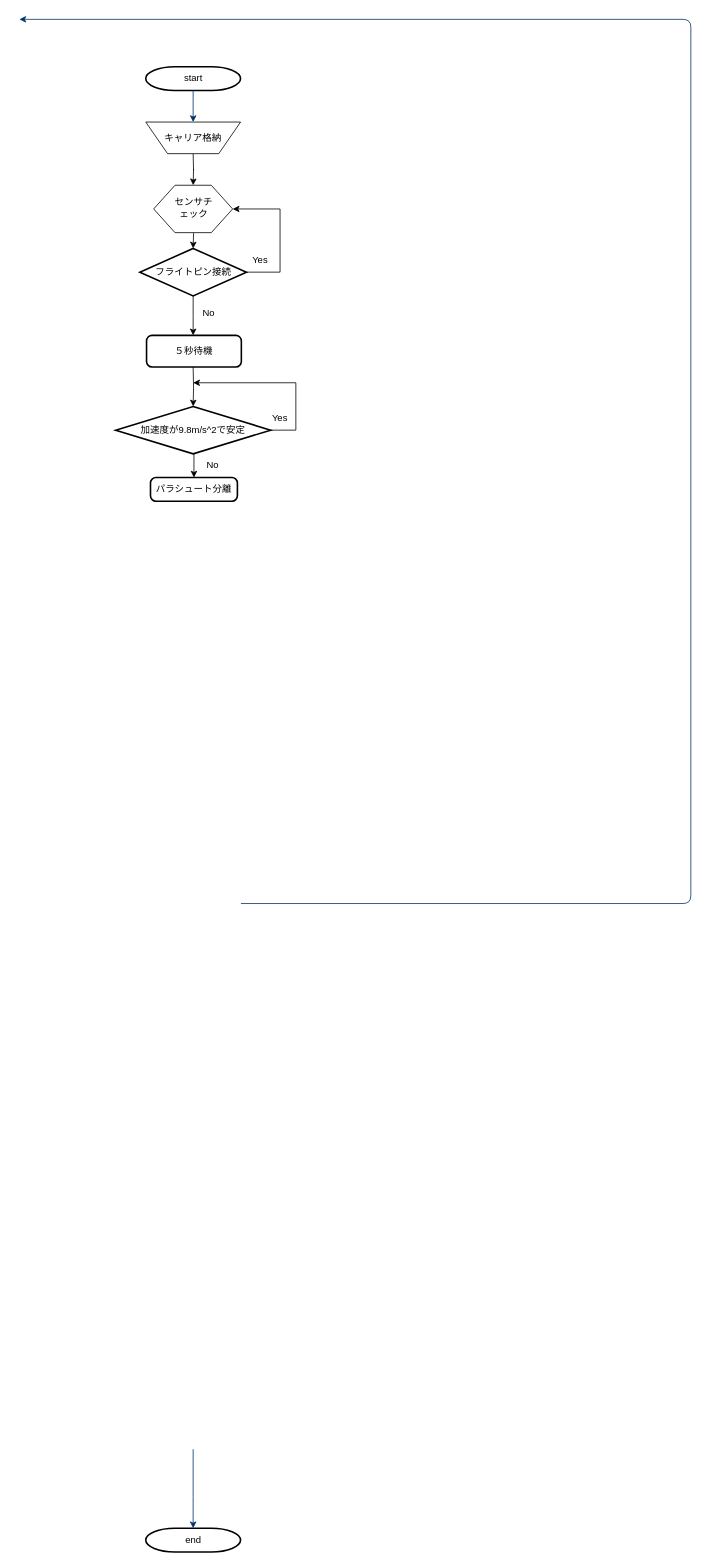
The draw.io diagram system-flow.drawio.xml in kodama-gentaro/cansat_team_a, before the edit. Source tidied: cells renumbered, new cells numbered last; positions are measured from the earlier drawing's top-left corner, leaving out a move shared by most shapes. Both pictures are drawn from the tidied source at 79%, with x=0, y=0 at pixel (19, 19).
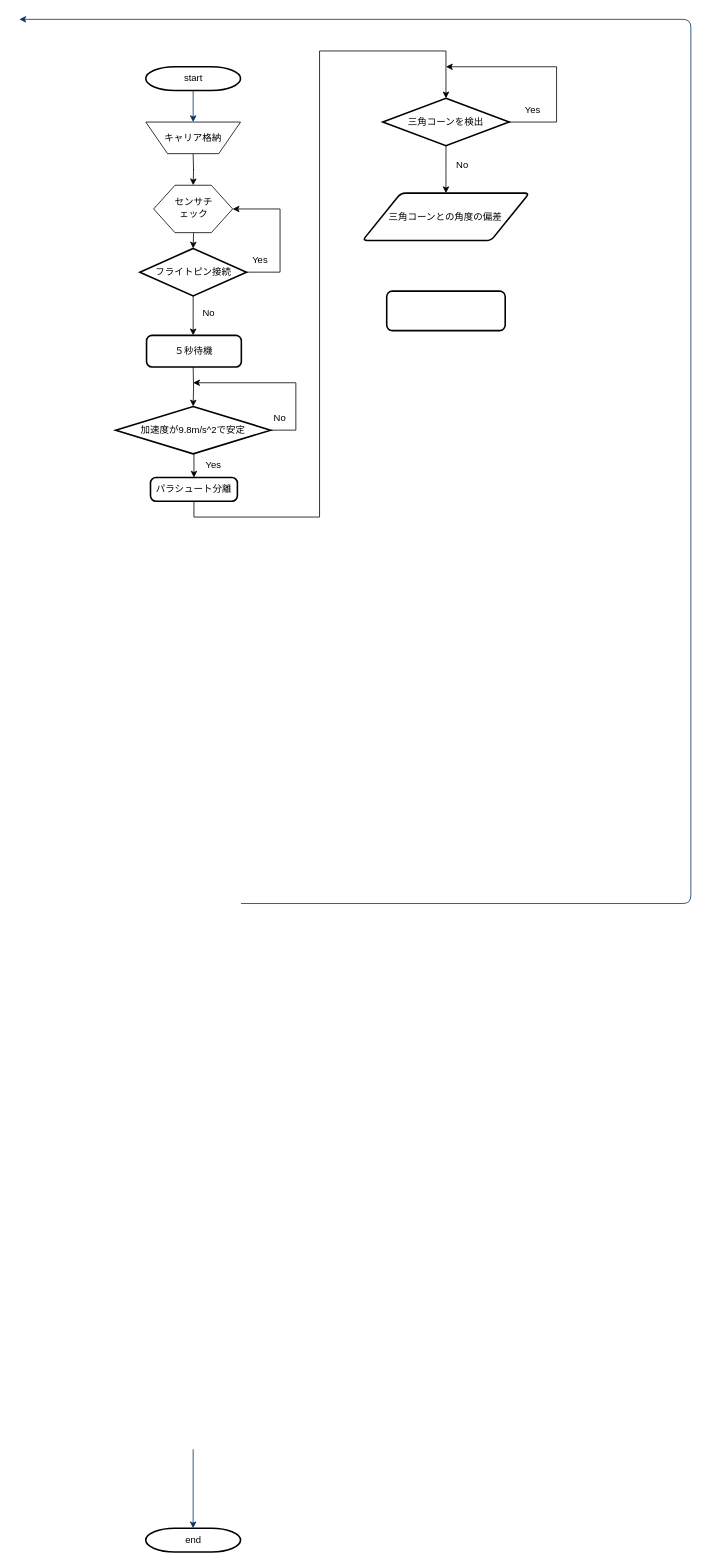
The same page after the edit.

Commit message (it also covers changes not shown here):
system-flow.drawio.xml を更新します

Unchanged cells that the change refers to:
```xml
<mxCell id="22" value="パラシュート分離" style="rounded=1;whiteSpace=wrap;html=1;absoluteArcSize=1;arcSize=14;strokeWidth=2;" parent="1" vertex="1">
  <mxGeometry x="166" y="580" width="110" height="30" as="geometry" />
</mxCell>
```

What changed in the source:
```diff
@@
     <mxCell id="21" value="Yes" style="text;html=1;strokeColor=none;fillColor=none;align=center;verticalAlign=middle;whiteSpace=wrap;rounded=0;" parent="1" vertex="1">
-      <mxGeometry x="300" y="490" width="60" height="30" as="geometry" />
+      <mxGeometry x="216" y="550" width="60" height="30" as="geometry" />
     </mxCell>
+    <mxCell id="25" style="edgeStyle=orthogonalEdgeStyle;rounded=0;jettySize=auto;html=1;exitX=0.5;exitY=1;exitDx=0;exitDy=0;entryX=0.5;entryY=0;entryDx=0;entryDy=0;entryPerimeter=0;" parent="1" edge="1" source="22" target="27">
+      <mxGeometry relative="1" as="geometry">
+        <Array as="points">
+          <mxPoint x="221" y="630" />
+          <mxPoint x="380" y="630" />
+          <mxPoint x="380" y="40" />
+          <mxPoint x="540" y="40" />
+        </Array>
+      </mxGeometry>
+    </mxCell>
@@
     <mxCell id="23" value="No" style="text;html=1;strokeColor=none;fillColor=none;align=center;verticalAlign=middle;whiteSpace=wrap;rounded=0;" parent="1" vertex="1">
-      <mxGeometry x="215" y="550" width="60" height="30" as="geometry" />
+      <mxGeometry x="300" y="490" width="60" height="30" as="geometry" />
     </mxCell>
@@
+    <mxCell id="26" style="edgeStyle=orthogonalEdgeStyle;rounded=0;jettySize=auto;html=1;exitX=0.5;exitY=1;exitDx=0;exitDy=0;exitPerimeter=0;entryX=0.5;entryY=0;entryDx=0;entryDy=0;" parent="1" edge="1" source="27">
+      <mxGeometry relative="1" as="geometry">
+        <mxPoint x="540" y="220" as="targetPoint" />
+      </mxGeometry>
+    </mxCell>
+    <mxCell id="27" value="三角コーンを検出" style="strokeWidth=2;html=1;shape=mxgraph.flowchart.decision;whiteSpace=wrap;" parent="1" vertex="1">
+      <mxGeometry x="460" y="100" width="160" height="60" as="geometry" />
+    </mxCell>
+    <mxCell id="28" value="No" style="text;html=1;strokeColor=none;fillColor=none;align=center;verticalAlign=middle;whiteSpace=wrap;rounded=0;" parent="1" vertex="1">
+      <mxGeometry x="531" y="170" width="60" height="30" as="geometry" />
+    </mxCell>
+    <mxCell id="29" style="edgeStyle=orthogonalEdgeStyle;rounded=0;jettySize=auto;html=1;exitX=0;exitY=1;exitDx=0;exitDy=0;" parent="1" edge="1" source="30">
+      <mxGeometry relative="1" as="geometry">
+        <mxPoint x="540" y="60" as="targetPoint" />
+        <Array as="points">
+          <mxPoint x="680" y="130" />
+          <mxPoint x="680" y="60" />
+        </Array>
+      </mxGeometry>
+    </mxCell>
+    <mxCell id="30" value="Yes" style="text;html=1;strokeColor=none;fillColor=none;align=center;verticalAlign=middle;whiteSpace=wrap;rounded=0;" parent="1" vertex="1">
+      <mxGeometry x="620" y="100" width="60" height="30" as="geometry" />
+    </mxCell>
+    <mxCell id="31" value="三角コーンとの角度の偏差" style="shape=parallelogram;html=1;strokeWidth=2;perimeter=parallelogramPerimeter;whiteSpace=wrap;rounded=1;arcSize=12;size=0.23;" parent="1" vertex="1">
+      <mxGeometry x="434.4" y="220" width="211.2" height="60" as="geometry" />
+    </mxCell>
+    <mxCell id="32" style="rounded=1;whiteSpace=wrap;html=1;absoluteArcSize=1;arcSize=14;strokeWidth=2;" parent="1" vertex="1">
+      <mxGeometry x="465" y="344" width="150" height="50" as="geometry" />
+    </mxCell>
```
